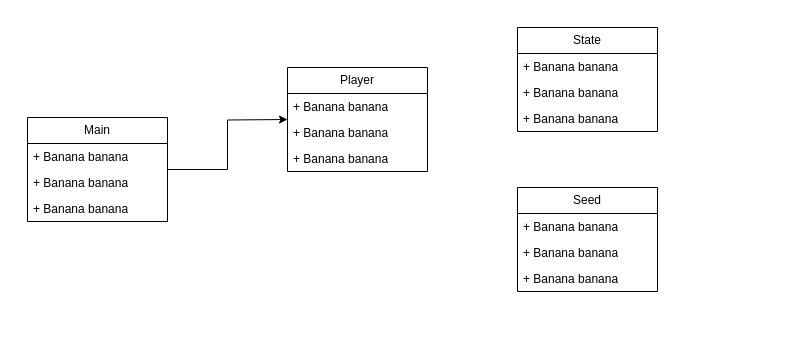
Above: GOL Class Diagram.drawio in Luca-Skyline/GOLSeedEvo (draw.io), before the change. Source tidied: cells renumbered, new cells numbered last; positions are measured from the earlier drawing's top-left corner, leaving out a move shared by most shapes. Both pictures are drawn from the tidied source at 100%, with x=0, y=0 at pixel (27, 27).
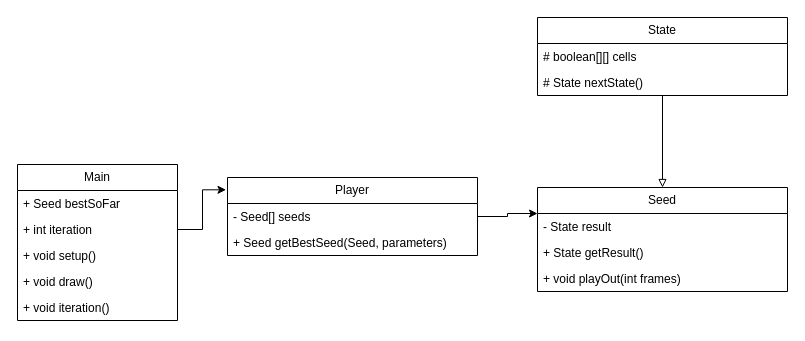
The same diagram, later.

The edit, as a diff of the source:
```diff
@@
-    <mxCell id="2" style="edgeStyle=orthogonalEdgeStyle;rounded=0;jettySize=auto;html=1;" parent="1" edge="1" source="3">
-      <mxGeometry relative="1" as="geometry">
-        <mxPoint x="260" y="92" as="targetPoint" />
-      </mxGeometry>
-    </mxCell>
     <mxCell id="3" value="Main" style="swimlane;fontStyle=0;horizontal=1;startSize=26;fillColor=none;whiteSpace=wrap;html=1;" parent="1" vertex="1">
-      <mxGeometry y="90" width="140" height="104" as="geometry" />
+      <mxGeometry x="-10" y="137" width="160" height="156" as="geometry" />
     </mxCell>
-    <mxCell id="4" value="+ Banana banana" style="text;strokeColor=none;fillColor=none;align=left;verticalAlign=top;spacingLeft=4;spacingRight=4;overflow=hidden;whiteSpace=wrap;html=1;" parent="3" vertex="1">
-      <mxGeometry y="26" width="140" height="26" as="geometry" />
+    <mxCell id="4" value="+ Seed bestSoFar" style="text;strokeColor=none;fillColor=none;align=left;verticalAlign=top;spacingLeft=4;spacingRight=4;overflow=hidden;whiteSpace=wrap;html=1;" parent="3" vertex="1">
+      <mxGeometry y="26" width="160" height="26" as="geometry" />
     </mxCell>
-    <mxCell id="5" value="+ Banana banana" style="text;strokeColor=none;fillColor=none;align=left;verticalAlign=top;spacingLeft=4;spacingRight=4;overflow=hidden;points=[[0,0.5],[1,0.5]];portConstraint=eastwest;whiteSpace=wrap;html=1;" parent="3" vertex="1">
-      <mxGeometry y="52" width="140" height="26" as="geometry" />
+    <mxCell id="5" value="+ int iteration" style="text;strokeColor=none;fillColor=none;align=left;verticalAlign=top;spacingLeft=4;spacingRight=4;overflow=hidden;points=[[0,0.5],[1,0.5]];portConstraint=eastwest;whiteSpace=wrap;html=1;" parent="3" vertex="1">
+      <mxGeometry y="52" width="160" height="26" as="geometry" />
     </mxCell>
-    <mxCell id="6" value="+ Banana banana" style="text;strokeColor=none;fillColor=none;align=left;verticalAlign=top;spacingLeft=4;spacingRight=4;overflow=hidden;whiteSpace=wrap;html=1;" parent="3" vertex="1">
-      <mxGeometry y="78" width="140" height="26" as="geometry" />
+    <mxCell id="6" value="+ void setup()" style="text;strokeColor=none;fillColor=none;align=left;verticalAlign=top;spacingLeft=4;spacingRight=4;overflow=hidden;whiteSpace=wrap;html=1;" parent="3" vertex="1">
+      <mxGeometry y="78" width="160" height="26" as="geometry" />
     </mxCell>
+    <mxCell id="19" value="+ void draw()" style="text;strokeColor=none;fillColor=none;align=left;verticalAlign=top;spacingLeft=4;spacingRight=4;overflow=hidden;whiteSpace=wrap;html=1;" parent="3" vertex="1">
+      <mxGeometry y="104" width="160" height="26" as="geometry" />
+    </mxCell>
+    <mxCell id="20" value="+ void iteration()" style="text;strokeColor=none;fillColor=none;align=left;verticalAlign=top;spacingLeft=4;spacingRight=4;overflow=hidden;whiteSpace=wrap;html=1;" parent="3" vertex="1">
+      <mxGeometry y="130" width="160" height="26" as="geometry" />
+    </mxCell>
+    <mxCell id="21" style="edgeStyle=orthogonalEdgeStyle;rounded=0;jettySize=auto;html=1;entryX=0;entryY=0.25;entryDx=0;entryDy=0;" parent="1" edge="1" source="7" target="11">
+      <mxGeometry relative="1" as="geometry" />
+    </mxCell>
     <mxCell id="7" value="Player" style="swimlane;fontStyle=0;horizontal=1;startSize=26;fillColor=none;whiteSpace=wrap;html=1;" parent="1" vertex="1">
-      <mxGeometry x="260" y="40" width="140" height="104" as="geometry" />
+      <mxGeometry x="200" y="150" width="250" height="78" as="geometry" />
     </mxCell>
-    <mxCell id="8" value="+ Banana banana" style="text;strokeColor=none;fillColor=none;align=left;verticalAlign=top;spacingLeft=4;spacingRight=4;overflow=hidden;whiteSpace=wrap;html=1;" parent="7" vertex="1">
-      <mxGeometry y="26" width="140" height="26" as="geometry" />
+    <mxCell id="8" value="- Seed[] seeds" style="text;strokeColor=none;fillColor=none;align=left;verticalAlign=top;spacingLeft=4;spacingRight=4;overflow=hidden;whiteSpace=wrap;html=1;" parent="7" vertex="1">
+      <mxGeometry y="26" width="250" height="26" as="geometry" />
     </mxCell>
-    <mxCell id="9" value="+ Banana banana" style="text;strokeColor=none;fillColor=none;align=left;verticalAlign=top;spacingLeft=4;spacingRight=4;overflow=hidden;whiteSpace=wrap;html=1;" parent="7" vertex="1">
-      <mxGeometry y="52" width="140" height="26" as="geometry" />
+    <mxCell id="9" value="+ Seed getBestSeed(Seed, parameters)" style="text;strokeColor=none;fillColor=none;align=left;verticalAlign=top;spacingLeft=4;spacingRight=4;overflow=hidden;whiteSpace=wrap;html=1;" parent="7" vertex="1">
+      <mxGeometry y="52" width="250" height="26" as="geometry" />
     </mxCell>
-    <mxCell id="10" value="+ Banana banana" style="text;strokeColor=none;fillColor=none;align=left;verticalAlign=top;spacingLeft=4;spacingRight=4;overflow=hidden;whiteSpace=wrap;html=1;" parent="7" vertex="1">
-      <mxGeometry y="78" width="140" height="26" as="geometry" />
-    </mxCell>
     <mxCell id="11" value="Seed" style="swimlane;fontStyle=0;horizontal=1;startSize=26;fillColor=none;whiteSpace=wrap;html=1;" parent="1" vertex="1">
-      <mxGeometry x="490" y="160" width="140" height="104" as="geometry" />
+      <mxGeometry x="510" y="160" width="250" height="104" as="geometry" />
     </mxCell>
-    <mxCell id="12" value="+ Banana banana" style="text;strokeColor=none;fillColor=none;align=left;verticalAlign=top;spacingLeft=4;spacingRight=4;overflow=hidden;whiteSpace=wrap;html=1;" parent="11" vertex="1">
-      <mxGeometry y="26" width="140" height="26" as="geometry" />
+    <mxCell id="12" value="- State result" style="text;strokeColor=none;fillColor=none;align=left;verticalAlign=top;spacingLeft=4;spacingRight=4;overflow=hidden;whiteSpace=wrap;html=1;" parent="11" vertex="1">
+      <mxGeometry y="26" width="250" height="26" as="geometry" />
     </mxCell>
-    <mxCell id="13" value="+ Banana banana" style="text;strokeColor=none;fillColor=none;align=left;verticalAlign=top;spacingLeft=4;spacingRight=4;overflow=hidden;whiteSpace=wrap;html=1;" parent="11" vertex="1">
-      <mxGeometry y="52" width="140" height="26" as="geometry" />
+    <mxCell id="13" value="+ State getResult()" style="text;strokeColor=none;fillColor=none;align=left;verticalAlign=top;spacingLeft=4;spacingRight=4;overflow=hidden;whiteSpace=wrap;html=1;" parent="11" vertex="1">
+      <mxGeometry y="52" width="250" height="26" as="geometry" />
     </mxCell>
-    <mxCell id="14" value="+ Banana banana" style="text;strokeColor=none;fillColor=none;align=left;verticalAlign=top;spacingLeft=4;spacingRight=4;overflow=hidden;whiteSpace=wrap;html=1;" parent="11" vertex="1">
-      <mxGeometry y="78" width="140" height="26" as="geometry" />
+    <mxCell id="14" value="+ void playOut(int frames)" style="text;strokeColor=none;fillColor=none;align=left;verticalAlign=top;spacingLeft=4;spacingRight=4;overflow=hidden;whiteSpace=wrap;html=1;" parent="11" vertex="1">
+      <mxGeometry y="78" width="250" height="26" as="geometry" />
     </mxCell>
+    <mxCell id="22" style="edgeStyle=orthogonalEdgeStyle;rounded=0;jettySize=auto;html=1;endArrow=block;endFill=0;" parent="1" edge="1" source="15" target="11">
+      <mxGeometry relative="1" as="geometry" />
+    </mxCell>
     <mxCell id="15" value="State" style="swimlane;fontStyle=0;horizontal=1;startSize=26;fillColor=none;whiteSpace=wrap;html=1;" parent="1" vertex="1">
-      <mxGeometry x="490" width="140" height="104" as="geometry" />
+      <mxGeometry x="510" y="-10" width="250" height="78" as="geometry" />
     </mxCell>
-    <mxCell id="16" value="+ Banana banana" style="text;strokeColor=none;fillColor=none;align=left;verticalAlign=top;spacingLeft=4;spacingRight=4;overflow=hidden;whiteSpace=wrap;html=1;" parent="15" vertex="1">
-      <mxGeometry y="26" width="140" height="26" as="geometry" />
+    <mxCell id="16" value="# boolean[][] cells" style="text;strokeColor=none;fillColor=none;align=left;verticalAlign=top;spacingLeft=4;spacingRight=4;overflow=hidden;whiteSpace=wrap;html=1;" parent="15" vertex="1">
+      <mxGeometry y="26" width="250" height="26" as="geometry" />
     </mxCell>
-    <mxCell id="17" value="+ Banana banana" style="text;strokeColor=none;fillColor=none;align=left;verticalAlign=top;spacingLeft=4;spacingRight=4;overflow=hidden;whiteSpace=wrap;html=1;" parent="15" vertex="1">
-      <mxGeometry y="52" width="140" height="26" as="geometry" />
-    </mxCell>
-    <mxCell id="18" value="+ Banana banana" style="text;strokeColor=none;fillColor=none;align=left;verticalAlign=top;spacingLeft=4;spacingRight=4;overflow=hidden;whiteSpace=wrap;html=1;" parent="15" vertex="1">
-      <mxGeometry y="78" width="140" height="26" as="geometry" />
+    <mxCell id="18" value="# State nextState()" style="text;strokeColor=none;fillColor=none;align=left;verticalAlign=top;spacingLeft=4;spacingRight=4;overflow=hidden;whiteSpace=wrap;html=1;" parent="15" vertex="1">
+      <mxGeometry y="52" width="250" height="26" as="geometry" />
     </mxCell>
+    <mxCell id="23" style="edgeStyle=orthogonalEdgeStyle;rounded=0;jettySize=auto;html=1;entryX=-0.006;entryY=0.158;entryDx=0;entryDy=0;entryPerimeter=0;" parent="1" edge="1" source="5" target="7">
+      <mxGeometry relative="1" as="geometry" />
+    </mxCell>
```
